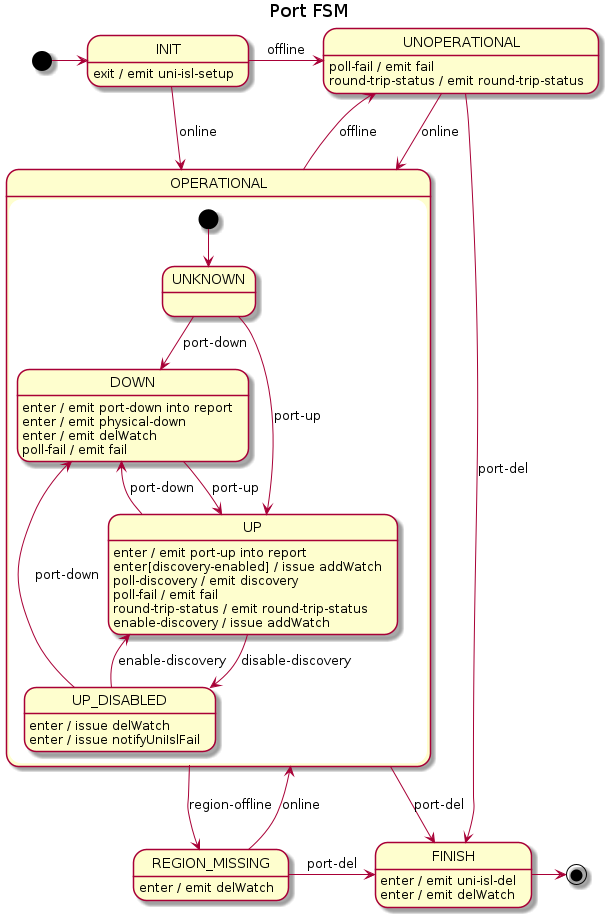
Earlier version of the PlantUML export docs/design/network-discovery/port-FSM.png (telstra/open-kilda).
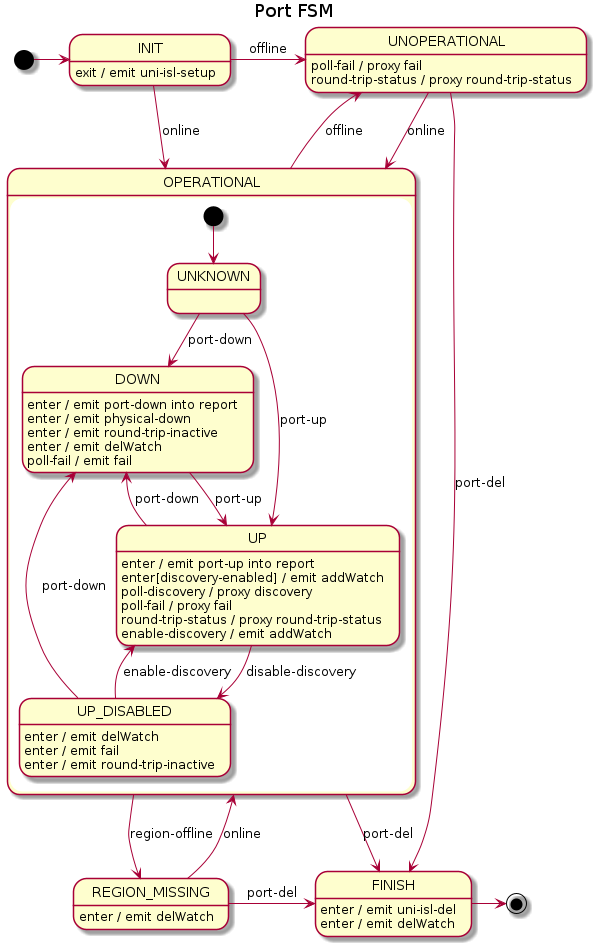
After the change.

What changed in the source:
```diff
@@ -16,22 +16,24 @@
     DOWN --> UP : port-up
     DOWN : enter / emit port-down into report
     DOWN : enter / emit physical-down
+    DOWN : enter / emit round-trip-inactive
     DOWN : enter / emit delWatch
     DOWN : poll-fail / emit fail
 
     UP --> DOWN : port-down
     UP --> UP_DISABLED : disable-discovery
     UP : enter / emit port-up into report
-    UP : enter[discovery-enabled] / issue addWatch
-    UP : poll-discovery / emit discovery
-    UP : poll-fail / emit fail
-    UP : round-trip-status / emit round-trip-status
-    UP : enable-discovery / issue addWatch
+    UP : enter[discovery-enabled] / emit addWatch
+    UP : poll-discovery / proxy discovery
+    UP : poll-fail / proxy fail
+    UP : round-trip-status / proxy round-trip-status
+    UP : enable-discovery / emit addWatch
 
     UP_DISABLED --> DOWN : port-down
     UP_DISABLED --> UP : enable-discovery
-    UP_DISABLED : enter / issue delWatch
-    UP_DISABLED : enter / issue notifyUniIslFail
+    UP_DISABLED : enter / emit delWatch
+    UP_DISABLED : enter / emit fail
+    UP_DISABLED : enter / emit round-trip-inactive
 }
 
 OPERATIONAL --> UNOPERATIONAL : offline
@@ -40,8 +42,8 @@
 
 UNOPERATIONAL --> OPERATIONAL : online
 UNOPERATIONAL --> FINISH : port-del
-UNOPERATIONAL : poll-fail / emit fail
-UNOPERATIONAL : round-trip-status / emit round-trip-status
+UNOPERATIONAL : poll-fail / proxy fail
+UNOPERATIONAL : round-trip-status / proxy round-trip-status
 
 REGION_MISSING : enter / emit delWatch
 REGION_MISSING --> OPERATIONAL : online
```
